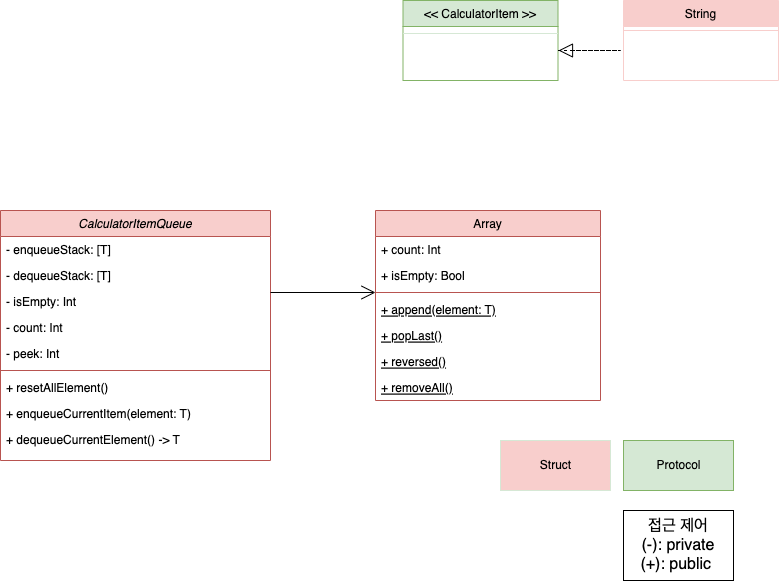
Before: CalculatorUML.png, a diagram exported from draw.io (yagom-academy/ios-calculator-app). Source tidied: cells renumbered, new cells last; positions are measured from the earlier drawing's top-left corner, leaving out a move shared by most shapes. Its diagram source:
```xml
<mxGraphModel>
  <root>
    <mxCell id="0" />
    <mxCell id="1" parent="0" />
    <mxCell id="2" value="CalculatorItemQueue" style="swimlane;fontStyle=2;align=center;verticalAlign=top;horizontal=1;startSize=26;rounded=0;shadow=0;strokeWidth=1;fillColor=#f8cecc;strokeColor=#b85450;" parent="1" vertex="1">
      <mxGeometry y="210" width="270" height="250" as="geometry" />
    </mxCell>
    <mxCell id="3" value="- enqueueStack: [T]" style="text;align=left;verticalAlign=top;spacingLeft=4;spacingRight=4;overflow=hidden;" parent="2" vertex="1">
      <mxGeometry y="26" width="270" height="26" as="geometry" />
    </mxCell>
    <mxCell id="4" value="- dequeueStack: [T]" style="text;align=left;verticalAlign=top;spacingLeft=4;spacingRight=4;overflow=hidden;" parent="2" vertex="1">
      <mxGeometry y="52" width="270" height="26" as="geometry" />
    </mxCell>
    <mxCell id="5" value="- isEmpty: Int" style="text;align=left;verticalAlign=top;spacingLeft=4;spacingRight=4;overflow=hidden;rounded=0;shadow=0;html=0;" parent="2" vertex="1">
      <mxGeometry y="78" width="270" height="26" as="geometry" />
    </mxCell>
    <mxCell id="6" value="- count: Int" style="text;align=left;verticalAlign=top;spacingLeft=4;spacingRight=4;overflow=hidden;rounded=0;shadow=0;html=0;" parent="2" vertex="1">
      <mxGeometry y="104" width="270" height="26" as="geometry" />
    </mxCell>
    <mxCell id="7" value="- peek: Int" style="text;align=left;verticalAlign=top;spacingLeft=4;spacingRight=4;overflow=hidden;rounded=0;shadow=0;html=0;" parent="2" vertex="1">
      <mxGeometry y="130" width="270" height="26" as="geometry" />
    </mxCell>
    <mxCell id="8" style="line;html=1;strokeWidth=1;align=left;verticalAlign=middle;spacingTop=-1;spacingLeft=3;spacingRight=3;labelPosition=right;fillColor=#f8cecc;strokeColor=#b85450;" parent="2" vertex="1">
      <mxGeometry y="156" width="270" height="8" as="geometry" />
    </mxCell>
    <mxCell id="9" value="+ resetAllElement()" style="text;align=left;verticalAlign=top;spacingLeft=4;spacingRight=4;overflow=hidden;" parent="2" vertex="1">
      <mxGeometry y="164" width="270" height="26" as="geometry" />
    </mxCell>
    <mxCell id="10" value="+ enqueueCurrentItem(element: T)" style="text;align=left;verticalAlign=top;spacingLeft=4;spacingRight=4;overflow=hidden;" parent="2" vertex="1">
      <mxGeometry y="190" width="270" height="26" as="geometry" />
    </mxCell>
    <mxCell id="11" value="+ dequeueCurrentElement() -&gt; T" style="text;align=left;verticalAlign=top;spacingLeft=4;spacingRight=4;overflow=hidden;" parent="2" vertex="1">
      <mxGeometry y="216" width="270" height="26" as="geometry" />
    </mxCell>
    <mxCell id="12" value="Array" style="swimlane;fontStyle=0;align=center;verticalAlign=top;horizontal=1;startSize=26;rounded=0;shadow=0;strokeWidth=1;fillColor=#f8cecc;strokeColor=#b85450;" parent="1" vertex="1">
      <mxGeometry x="375" y="210" width="225" height="190" as="geometry" />
    </mxCell>
    <mxCell id="13" value="+ count: Int" style="text;align=left;verticalAlign=top;spacingLeft=4;spacingRight=4;overflow=hidden;" parent="12" vertex="1">
      <mxGeometry y="26" width="225" height="26" as="geometry" />
    </mxCell>
    <mxCell id="14" value="+ isEmpty: Bool" style="text;align=left;verticalAlign=top;spacingLeft=4;spacingRight=4;overflow=hidden;" parent="12" vertex="1">
      <mxGeometry y="52" width="225" height="26" as="geometry" />
    </mxCell>
    <mxCell id="15" style="line;html=1;strokeWidth=1;align=left;verticalAlign=middle;spacingTop=-1;spacingLeft=3;spacingRight=3;labelPosition=right;fillColor=#f8cecc;strokeColor=#b85450;" parent="12" vertex="1">
      <mxGeometry y="78" width="225" height="8" as="geometry" />
    </mxCell>
    <mxCell id="16" value="+ append(element: T)" style="text;align=left;verticalAlign=top;spacingLeft=4;spacingRight=4;overflow=hidden;fontStyle=4;" parent="12" vertex="1">
      <mxGeometry y="86" width="225" height="26" as="geometry" />
    </mxCell>
    <mxCell id="17" value="+ popLast()" style="text;align=left;verticalAlign=top;spacingLeft=4;spacingRight=4;overflow=hidden;fontStyle=4;" parent="12" vertex="1">
      <mxGeometry y="112" width="225" height="26" as="geometry" />
    </mxCell>
    <mxCell id="18" value="+ reversed()" style="text;align=left;verticalAlign=top;spacingLeft=4;spacingRight=4;overflow=hidden;fontStyle=4;" parent="12" vertex="1">
      <mxGeometry y="138" width="225" height="26" as="geometry" />
    </mxCell>
    <mxCell id="19" value="+ removeAll()" style="text;align=left;verticalAlign=top;spacingLeft=4;spacingRight=4;overflow=hidden;fontStyle=4;" parent="12" vertex="1">
      <mxGeometry y="164" width="225" height="26" as="geometry" />
    </mxCell>
    <mxCell id="20" value="&lt;&lt; CalculatorItem &gt;&gt;" style="swimlane;fontStyle=0;align=center;verticalAlign=top;horizontal=1;startSize=26;rounded=0;shadow=0;strokeWidth=1;fillColor=#d5e8d4;strokeColor=#82b366;" parent="1" vertex="1">
      <mxGeometry x="402.5" width="155" height="80" as="geometry" />
    </mxCell>
    <mxCell id="21" style="line;html=1;strokeWidth=1;align=left;verticalAlign=middle;spacingTop=-1;spacingLeft=3;spacingRight=3;labelPosition=right;strokeColor=#d6e8d5;" parent="20" vertex="1">
      <mxGeometry y="26" width="155" height="14" as="geometry" />
    </mxCell>
    <mxCell id="22" style="endArrow=block;dashed=1;endFill=0;endSize=12;html=1;rounded=0;" parent="1" edge="1">
      <mxGeometry relative="1" as="geometry">
        <mxPoint x="557.5" y="50" as="sourcePoint" />
        <mxPoint x="558" y="50" as="targetPoint" />
        <Array as="points">
          <mxPoint x="620" y="50" />
        </Array>
      </mxGeometry>
    </mxCell>
    <mxCell id="23" style="endArrow=open;endFill=1;endSize=12;html=1;rounded=0;" parent="1" edge="1">
      <mxGeometry relative="1" as="geometry">
        <mxPoint x="270" y="292" as="sourcePoint" />
        <mxPoint x="375" y="292" as="targetPoint" />
      </mxGeometry>
    </mxCell>
    <mxCell id="24" value="String" style="swimlane;fontStyle=0;align=center;verticalAlign=top;horizontal=1;startSize=26;rounded=0;shadow=0;strokeWidth=1;fillColor=#F8CECC;strokeColor=#f8cecc;" parent="1" vertex="1">
      <mxGeometry x="623" width="155" height="80" as="geometry" />
    </mxCell>
    <mxCell id="25" style="line;html=1;strokeWidth=1;align=left;verticalAlign=middle;spacingTop=-1;spacingLeft=3;spacingRight=3;labelPosition=right;fillColor=#f8cecc;strokeColor=#F8CECC;" parent="24" vertex="1">
      <mxGeometry y="26" width="155" height="8" as="geometry" />
    </mxCell>
    <mxCell id="26" value="Struct" style="html=1;strokeColor=#d6e8d5;fillColor=#f8cecc;" parent="1" vertex="1">
      <mxGeometry x="500" y="440" width="110" height="50" as="geometry" />
    </mxCell>
    <mxCell id="27" value="Protocol" style="html=1;strokeColor=#82b366;fillColor=#d5e8d4;" parent="1" vertex="1">
      <mxGeometry x="623" y="440" width="110" height="50" as="geometry" />
    </mxCell>
    <mxCell id="28" value="접근 제어&lt;br&gt;(-): private&lt;br&gt;(+): public&amp;nbsp;" style="rounded=0;whiteSpace=wrap;html=1;fontSize=16;" parent="1" vertex="1">
      <mxGeometry x="623" y="510" width="110" height="70" as="geometry" />
    </mxCell>
  </root>
</mxGraphModel>
```
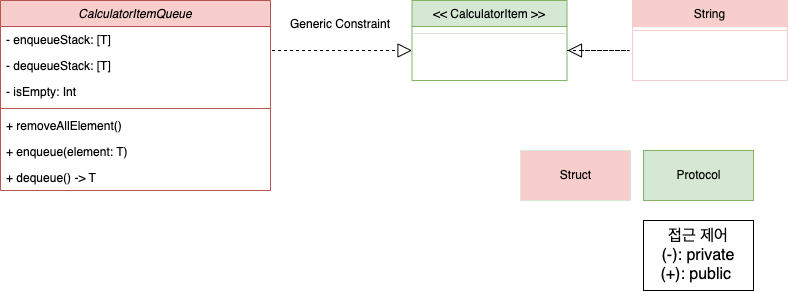
Above is the later version.

The edit, as a diff of the source:
```diff
@@ -1,9 +1,9 @@
 <mxGraphModel>
   <root>
-    <mxCell id="0" />
-    <mxCell id="1" parent="0" />
+    <mxCell id="29" />
+    <mxCell id="30" parent="29" />
-    <mxCell id="2" value="CalculatorItemQueue" style="swimlane;fontStyle=2;align=center;verticalAlign=top;horizontal=1;startSize=26;rounded=0;shadow=0;strokeWidth=1;fillColor=#f8cecc;strokeColor=#b85450;" parent="1" vertex="1">
-      <mxGeometry y="210" width="270" height="250" as="geometry" />
+    <mxCell id="2" value="CalculatorItemQueue" style="swimlane;fontStyle=2;align=center;verticalAlign=top;horizontal=1;startSize=26;rounded=0;shadow=0;strokeWidth=1;fillColor=#f8cecc;strokeColor=#b85450;" parent="30" vertex="1">
+      <mxGeometry y="210" width="270" height="190" as="geometry" />
     </mxCell>
     <mxCell id="3" value="- enqueueStack: [T]" style="text;align=left;verticalAlign=top;spacingLeft=4;spacingRight=4;overflow=hidden;" parent="2" vertex="1">
       <mxGeometry y="26" width="270" height="26" as="geometry" />
@@ -14,83 +14,56 @@
     <mxCell id="5" value="- isEmpty: Int" style="text;align=left;verticalAlign=top;spacingLeft=4;spacingRight=4;overflow=hidden;rounded=0;shadow=0;html=0;" parent="2" vertex="1">
       <mxGeometry y="78" width="270" height="26" as="geometry" />
     </mxCell>
-    <mxCell id="6" value="- count: Int" style="text;align=left;verticalAlign=top;spacingLeft=4;spacingRight=4;overflow=hidden;rounded=0;shadow=0;html=0;" parent="2" vertex="1">
-      <mxGeometry y="104" width="270" height="26" as="geometry" />
-    </mxCell>
-    <mxCell id="7" value="- peek: Int" style="text;align=left;verticalAlign=top;spacingLeft=4;spacingRight=4;overflow=hidden;rounded=0;shadow=0;html=0;" parent="2" vertex="1">
-      <mxGeometry y="130" width="270" height="26" as="geometry" />
-    </mxCell>
-    <mxCell id="8" style="line;html=1;strokeWidth=1;align=left;verticalAlign=middle;spacingTop=-1;spacingLeft=3;spacingRight=3;labelPosition=right;fillColor=#f8cecc;strokeColor=#b85450;" parent="2" vertex="1">
-      <mxGeometry y="156" width="270" height="8" as="geometry" />
-    </mxCell>
-    <mxCell id="9" value="+ resetAllElement()" style="text;align=left;verticalAlign=top;spacingLeft=4;spacingRight=4;overflow=hidden;" parent="2" vertex="1">
-      <mxGeometry y="164" width="270" height="26" as="geometry" />
-    </mxCell>
-    <mxCell id="10" value="+ enqueueCurrentItem(element: T)" style="text;align=left;verticalAlign=top;spacingLeft=4;spacingRight=4;overflow=hidden;" parent="2" vertex="1">
-      <mxGeometry y="190" width="270" height="26" as="geometry" />
-    </mxCell>
-    <mxCell id="11" value="+ dequeueCurrentElement() -&gt; T" style="text;align=left;verticalAlign=top;spacingLeft=4;spacingRight=4;overflow=hidden;" parent="2" vertex="1">
-      <mxGeometry y="216" width="270" height="26" as="geometry" />
-    </mxCell>
-    <mxCell id="12" value="Array" style="swimlane;fontStyle=0;align=center;verticalAlign=top;horizontal=1;startSize=26;rounded=0;shadow=0;strokeWidth=1;fillColor=#f8cecc;strokeColor=#b85450;" parent="1" vertex="1">
-      <mxGeometry x="375" y="210" width="225" height="190" as="geometry" />
-    </mxCell>
-    <mxCell id="13" value="+ count: Int" style="text;align=left;verticalAlign=top;spacingLeft=4;spacingRight=4;overflow=hidden;" parent="12" vertex="1">
-      <mxGeometry y="26" width="225" height="26" as="geometry" />
-    </mxCell>
-    <mxCell id="14" value="+ isEmpty: Bool" style="text;align=left;verticalAlign=top;spacingLeft=4;spacingRight=4;overflow=hidden;" parent="12" vertex="1">
-      <mxGeometry y="52" width="225" height="26" as="geometry" />
-    </mxCell>
-    <mxCell id="15" style="line;html=1;strokeWidth=1;align=left;verticalAlign=middle;spacingTop=-1;spacingLeft=3;spacingRight=3;labelPosition=right;fillColor=#f8cecc;strokeColor=#b85450;" parent="12" vertex="1">
-      <mxGeometry y="78" width="225" height="8" as="geometry" />
-    </mxCell>
-    <mxCell id="16" value="+ append(element: T)" style="text;align=left;verticalAlign=top;spacingLeft=4;spacingRight=4;overflow=hidden;fontStyle=4;" parent="12" vertex="1">
-      <mxGeometry y="86" width="225" height="26" as="geometry" />
-    </mxCell>
-    <mxCell id="17" value="+ popLast()" style="text;align=left;verticalAlign=top;spacingLeft=4;spacingRight=4;overflow=hidden;fontStyle=4;" parent="12" vertex="1">
-      <mxGeometry y="112" width="225" height="26" as="geometry" />
-    </mxCell>
-    <mxCell id="18" value="+ reversed()" style="text;align=left;verticalAlign=top;spacingLeft=4;spacingRight=4;overflow=hidden;fontStyle=4;" parent="12" vertex="1">
-      <mxGeometry y="138" width="225" height="26" as="geometry" />
-    </mxCell>
-    <mxCell id="19" value="+ removeAll()" style="text;align=left;verticalAlign=top;spacingLeft=4;spacingRight=4;overflow=hidden;fontStyle=4;" parent="12" vertex="1">
-      <mxGeometry y="164" width="225" height="26" as="geometry" />
-    </mxCell>
+    <mxCell id="31" style="line;html=1;strokeWidth=1;align=left;verticalAlign=middle;spacingTop=-1;spacingLeft=3;spacingRight=3;labelPosition=right;fillColor=#f8cecc;strokeColor=#b85450;" parent="2" vertex="1">
+      <mxGeometry y="104" width="270" height="8" as="geometry" />
+    </mxCell>
+    <mxCell id="32" value="+ removeAllElement()" style="text;align=left;verticalAlign=top;spacingLeft=4;spacingRight=4;overflow=hidden;" parent="2" vertex="1">
+      <mxGeometry y="112" width="270" height="26" as="geometry" />
+    </mxCell>
+    <mxCell id="33" value="+ enqueue(element: T)" style="text;align=left;verticalAlign=top;spacingLeft=4;spacingRight=4;overflow=hidden;" parent="2" vertex="1">
+      <mxGeometry y="138" width="270" height="26" as="geometry" />
+    </mxCell>
+    <mxCell id="34" value="+ dequeue() -&gt; T" style="text;align=left;verticalAlign=top;spacingLeft=4;spacingRight=4;overflow=hidden;" parent="2" vertex="1">
+      <mxGeometry y="164" width="270" height="26" as="geometry" />
+    </mxCell>
-    <mxCell id="20" value="&lt;&lt; CalculatorItem &gt;&gt;" style="swimlane;fontStyle=0;align=center;verticalAlign=top;horizontal=1;startSize=26;rounded=0;shadow=0;strokeWidth=1;fillColor=#d5e8d4;strokeColor=#82b366;" parent="1" vertex="1">
-      <mxGeometry x="402.5" width="155" height="80" as="geometry" />
+    <mxCell id="20" value="&lt;&lt; CalculatorItem &gt;&gt;" style="swimlane;fontStyle=0;align=center;verticalAlign=top;horizontal=1;startSize=26;rounded=0;shadow=0;strokeWidth=1;fillColor=#d5e8d4;strokeColor=#82b366;" parent="30" vertex="1">
+      <mxGeometry x="411.5" y="210" width="155" height="80" as="geometry" />
     </mxCell>
     <mxCell id="21" style="line;html=1;strokeWidth=1;align=left;verticalAlign=middle;spacingTop=-1;spacingLeft=3;spacingRight=3;labelPosition=right;strokeColor=#d6e8d5;" parent="20" vertex="1">
       <mxGeometry y="26" width="155" height="14" as="geometry" />
     </mxCell>
-    <mxCell id="22" style="endArrow=block;dashed=1;endFill=0;endSize=12;html=1;rounded=0;" parent="1" edge="1">
-      <mxGeometry relative="1" as="geometry">
-        <mxPoint x="557.5" y="50" as="sourcePoint" />
-        <mxPoint x="558" y="50" as="targetPoint" />
-        <Array as="points">
-          <mxPoint x="620" y="50" />
-        </Array>
-      </mxGeometry>
-    </mxCell>
-    <mxCell id="23" style="endArrow=open;endFill=1;endSize=12;html=1;rounded=0;" parent="1" edge="1">
-      <mxGeometry relative="1" as="geometry">
-        <mxPoint x="270" y="292" as="sourcePoint" />
-        <mxPoint x="375" y="292" as="targetPoint" />
-      </mxGeometry>
-    </mxCell>
+    <mxCell id="35" style="endArrow=block;dashed=1;endFill=0;endSize=12;html=1;rounded=0;" parent="30" edge="1">
+      <mxGeometry relative="1" as="geometry">
+        <mxPoint x="566.5" y="260" as="sourcePoint" />
+        <mxPoint x="567" y="260" as="targetPoint" />
+        <Array as="points">
+          <mxPoint x="629" y="260" />
+        </Array>
+      </mxGeometry>
+    </mxCell>
-    <mxCell id="24" value="String" style="swimlane;fontStyle=0;align=center;verticalAlign=top;horizontal=1;startSize=26;rounded=0;shadow=0;strokeWidth=1;fillColor=#F8CECC;strokeColor=#f8cecc;" parent="1" vertex="1">
-      <mxGeometry x="623" width="155" height="80" as="geometry" />
+    <mxCell id="24" value="String" style="swimlane;fontStyle=0;align=center;verticalAlign=top;horizontal=1;startSize=26;rounded=0;shadow=0;strokeWidth=1;fillColor=#F8CECC;strokeColor=#f8cecc;" parent="30" vertex="1">
+      <mxGeometry x="632" y="210" width="155" height="80" as="geometry" />
     </mxCell>
     <mxCell id="25" style="line;html=1;strokeWidth=1;align=left;verticalAlign=middle;spacingTop=-1;spacingLeft=3;spacingRight=3;labelPosition=right;fillColor=#f8cecc;strokeColor=#F8CECC;" parent="24" vertex="1">
       <mxGeometry y="26" width="155" height="8" as="geometry" />
     </mxCell>
-    <mxCell id="26" value="Struct" style="html=1;strokeColor=#d6e8d5;fillColor=#f8cecc;" parent="1" vertex="1">
-      <mxGeometry x="500" y="440" width="110" height="50" as="geometry" />
+    <mxCell id="26" value="Struct" style="html=1;strokeColor=#d6e8d5;fillColor=#f8cecc;" parent="30" vertex="1">
+      <mxGeometry x="520" y="360" width="110" height="50" as="geometry" />
     </mxCell>
-    <mxCell id="27" value="Protocol" style="html=1;strokeColor=#82b366;fillColor=#d5e8d4;" parent="1" vertex="1">
-      <mxGeometry x="623" y="440" width="110" height="50" as="geometry" />
+    <mxCell id="27" value="Protocol" style="html=1;strokeColor=#82b366;fillColor=#d5e8d4;" parent="30" vertex="1">
+      <mxGeometry x="643" y="360" width="110" height="50" as="geometry" />
     </mxCell>
-    <mxCell id="28" value="접근 제어&lt;br&gt;(-): private&lt;br&gt;(+): public&amp;nbsp;" style="rounded=0;whiteSpace=wrap;html=1;fontSize=16;" parent="1" vertex="1">
-      <mxGeometry x="623" y="510" width="110" height="70" as="geometry" />
+    <mxCell id="28" value="접근 제어&lt;br&gt;(-): private&lt;br&gt;(+): public&amp;nbsp;" style="rounded=0;whiteSpace=wrap;html=1;fontSize=16;" parent="30" vertex="1">
+      <mxGeometry x="643" y="430" width="110" height="70" as="geometry" />
     </mxCell>
+    <mxCell id="36" style="endArrow=block;dashed=1;endFill=0;endSize=12;html=1;rounded=0;" parent="30" edge="1">
+      <mxGeometry relative="1" as="geometry">
+        <mxPoint x="271.5" y="260" as="sourcePoint" />
+        <mxPoint x="411.5" y="260" as="targetPoint" />
+      </mxGeometry>
+    </mxCell>
+    <mxCell id="37" value="Generic Constraint" style="text;align=center;fontStyle=0;verticalAlign=middle;spacingLeft=3;spacingRight=3;strokeColor=none;" parent="30" vertex="1">
+      <mxGeometry x="300" y="220" width="80" height="26" as="geometry" />
+    </mxCell>
   </root>
 </mxGraphModel>
```
